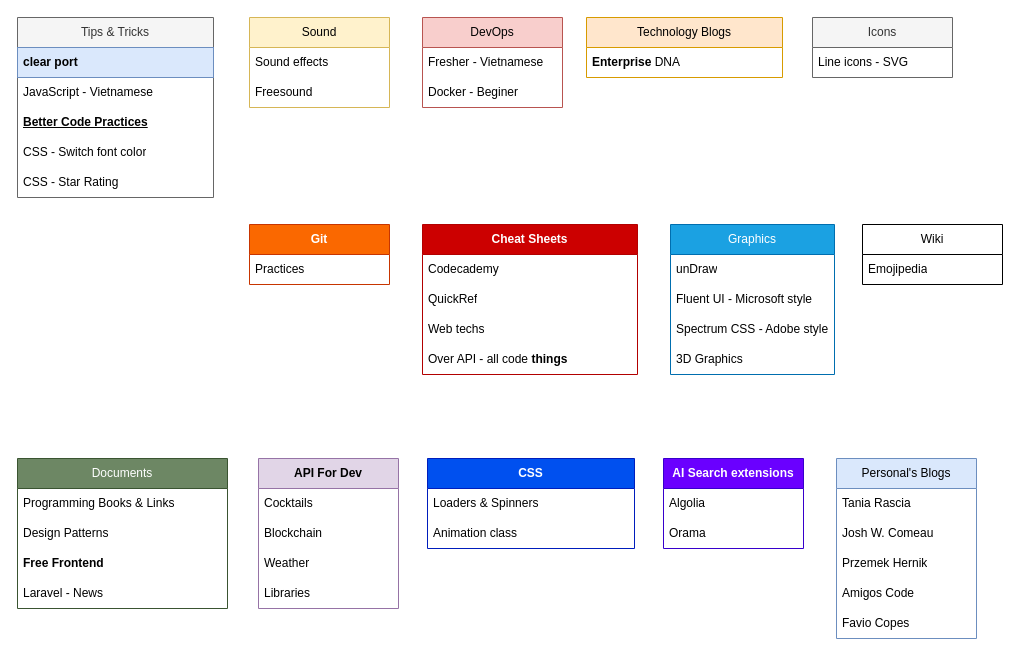
Earlier version of the draw.io diagram page "Resources" (4 of 5) of Link_Bookmarks.drawio (sunflynf/diagram-only). Source tidied: cells renumbered, new cells numbered last; positions are measured from the earlier drawing's top-left corner, leaving out a move shared by most shapes. Both pictures are drawn from the tidied source at 100%, with x=0, y=0 at pixel (17, 17).
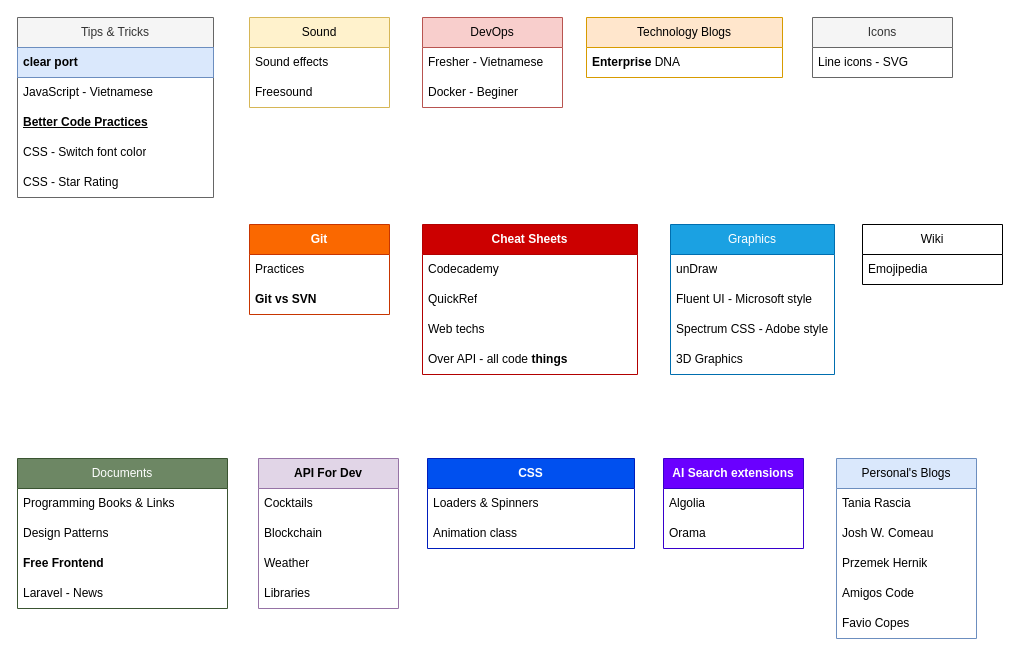
Above is the later version.

Change to the diagram source:
```diff
@@
     <mxCell id="20" value="Git" style="swimlane;fontStyle=1;horizontal=1;startSize=30;whiteSpace=wrap;html=1;fillColor=#fa6800;strokeColor=#C73500;fontColor=#ffffff;flipH=1;" parent="1" vertex="1">
-      <mxGeometry x="232" y="207" width="140" height="60" as="geometry" />
+      <mxGeometry x="232" y="207" width="140" height="90" as="geometry" />
     </mxCell>
@@
+    <mxCell id="54" value="Git vs SVN" style="text;strokeColor=none;fillColor=none;align=left;verticalAlign=middle;spacingLeft=4;spacingRight=4;overflow=hidden;whiteSpace=wrap;html=1;fontStyle=1;" parent="20" vertex="1">
+      <mxGeometry y="60" width="140" height="30" as="geometry" />
+    </mxCell>
```
